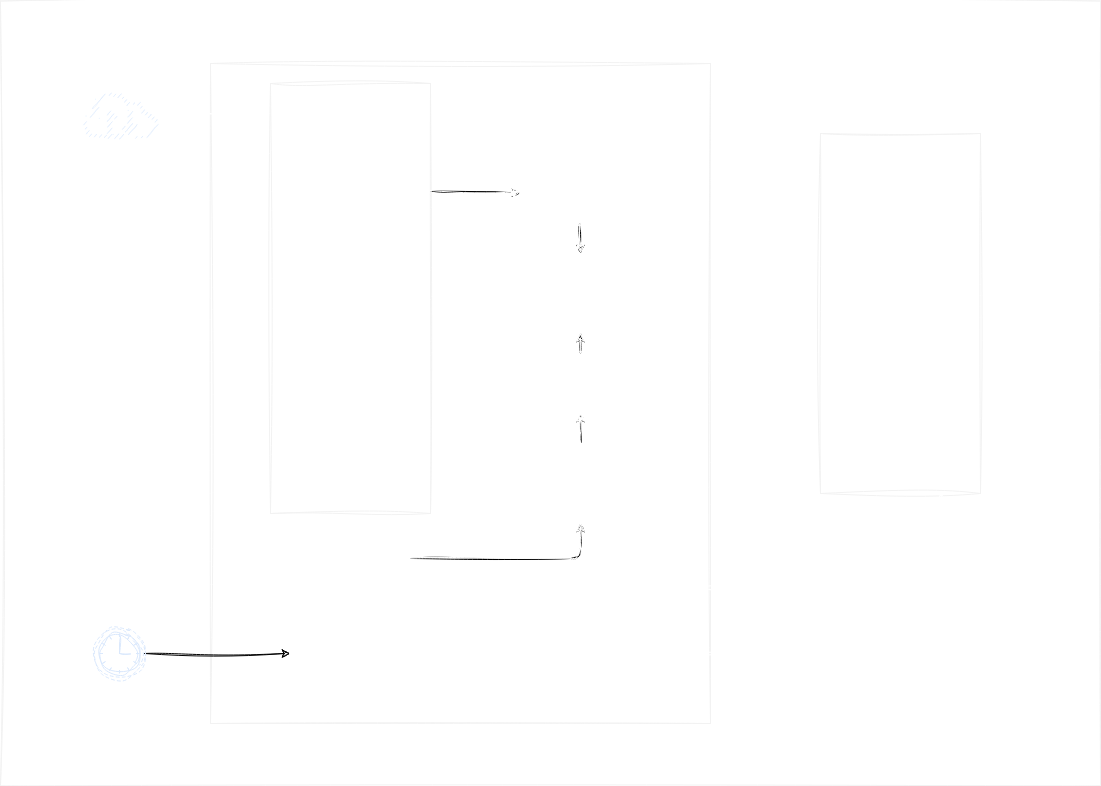
Earlier version of the draw.io export alphavantage-server/doc/images/arch.drawio.png (futugyou/goproject). Source tidied: cells renumbered, new cells last; positions are measured from the earlier drawing's top-left corner, leaving out a move shared by most shapes.
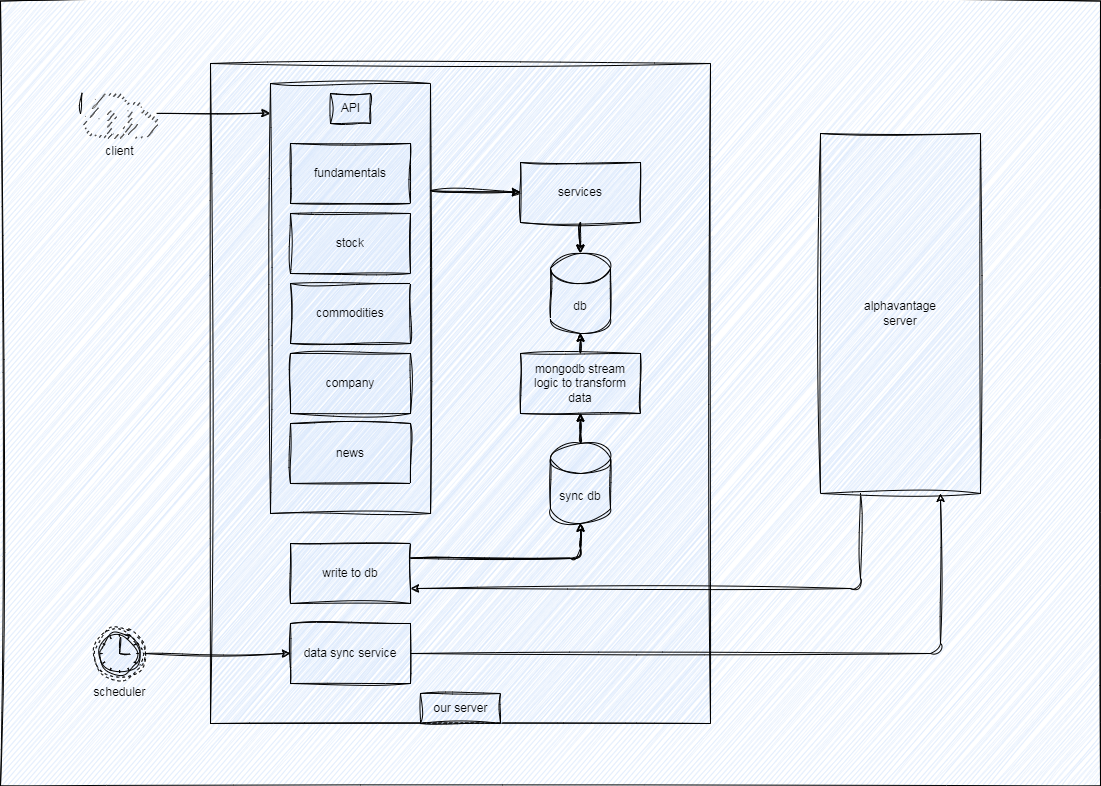
The same file after the commit.

Commit message:
Updated alphavantage server readme

Diff of the diagram source:
```diff
@@ -4,84 +4,84 @@
     <mxCell id="1" parent="0" />
-    <mxCell id="2" style="whiteSpace=wrap;html=1;strokeColor=#f2f2f2;fillColor=none;fontColor=#FFFFFF;sketch=1;curveFitting=1;jiggle=2;" parent="1" vertex="1">
+    <mxCell id="2" style="whiteSpace=wrap;html=1;fillColor=#dae8fc;strokeColor=#000000;sketch=1;curveFitting=1;jiggle=2;" parent="1" vertex="1">
       <mxGeometry y="-0.5" width="1100" height="785" as="geometry" />
     </mxCell>
-    <mxCell id="3" style="whiteSpace=wrap;html=1;strokeColor=#f2f2f2;fillColor=none;fontColor=#FFFFFF;sketch=1;curveFitting=1;jiggle=2;" parent="1" vertex="1">
+    <mxCell id="3" style="whiteSpace=wrap;html=1;fillColor=#dae8fc;strokeColor=#000000;sketch=1;curveFitting=1;jiggle=2;" parent="1" vertex="1">
       <mxGeometry x="210" y="62" width="500" height="660" as="geometry" />
     </mxCell>
-    <mxCell id="4" style="edgeStyle=none;sketch=1;hachureGap=4;jiggle=2;curveFitting=1;html=1;exitX=1;exitY=0.5;exitDx=0;exitDy=0;exitPerimeter=0;entryX=0;entryY=0.5;entryDx=0;entryDy=0;fontFamily=Architects Daughter;fontSource=https%3A%2F%2Ffonts.googleapis.com%2Fcss%3Ffamily%3DArchitects%2BDaughter;fontSize=16;" parent="1" edge="1" source="5" target="20">
+    <mxCell id="4" style="edgeStyle=none;hachureGap=4;html=1;exitX=1;exitY=0.5;exitDx=0;exitDy=0;exitPerimeter=0;entryX=0;entryY=0.5;entryDx=0;entryDy=0;fontFamily=Architects Daughter;fontSource=https%3A%2F%2Ffonts.googleapis.com%2Fcss%3Ffamily%3DArchitects%2BDaughter;fontSize=16;fontColor=#000000;fillColor=#dae8fc;strokeColor=#000000;sketch=1;curveFitting=1;jiggle=2;" parent="1" edge="1" source="5" target="20">
       <mxGeometry relative="1" as="geometry" />
     </mxCell>
-    <mxCell id="5" value="scheduler" style="points=[[0.145,0.145,0],[0.5,0,0],[0.855,0.145,0],[1,0.5,0],[0.855,0.855,0],[0.5,1,0],[0.145,0.855,0],[0,0.5,0]];shape=mxgraph.bpmn.event;html=1;verticalLabelPosition=bottom;labelBackgroundColor=none;verticalAlign=top;align=center;perimeter=ellipsePerimeter;outlineConnect=0;outline=eventNonint;symbol=timer;fillColor=none;strokeColor=#DAE8FC;fontColor=#FFFFFF;sketch=1;curveFitting=1;jiggle=2;" parent="1" vertex="1">
+    <mxCell id="5" value="scheduler" style="points=[[0.145,0.145,0],[0.5,0,0],[0.855,0.145,0],[1,0.5,0],[0.855,0.855,0],[0.5,1,0],[0.145,0.855,0],[0,0.5,0]];shape=mxgraph.bpmn.event;html=1;verticalLabelPosition=bottom;labelBackgroundColor=none;verticalAlign=top;align=center;perimeter=ellipsePerimeter;outlineConnect=0;outline=eventNonint;symbol=timer;fillColor=#dae8fc;strokeColor=#000000;sketch=1;curveFitting=1;jiggle=2;" parent="1" vertex="1">
       <mxGeometry x="94" y="627" width="50" height="50" as="geometry" />
     </mxCell>
-    <mxCell id="6" style="edgeStyle=none;sketch=1;hachureGap=4;jiggle=2;curveFitting=1;html=1;exitX=1;exitY=0.25;exitDx=0;exitDy=0;entryX=0;entryY=0.5;entryDx=0;entryDy=0;fontFamily=Architects Daughter;fontSource=https%3A%2F%2Ffonts.googleapis.com%2Fcss%3Ffamily%3DArchitects%2BDaughter;fontSize=16;" parent="1" edge="1" source="7" target="22">
+    <mxCell id="6" style="edgeStyle=none;hachureGap=4;html=1;exitX=1;exitY=0.25;exitDx=0;exitDy=0;entryX=0;entryY=0.5;entryDx=0;entryDy=0;fontFamily=Architects Daughter;fontSource=https%3A%2F%2Ffonts.googleapis.com%2Fcss%3Ffamily%3DArchitects%2BDaughter;fontSize=16;fontColor=#000000;fillColor=#dae8fc;strokeColor=#000000;sketch=1;curveFitting=1;jiggle=2;" parent="1" edge="1" source="7" target="22">
       <mxGeometry relative="1" as="geometry" />
     </mxCell>
-    <mxCell id="7" style="whiteSpace=wrap;html=1;strokeColor=#f2f2f2;fillColor=none;fontColor=#FFFFFF;sketch=1;curveFitting=1;jiggle=2;" parent="1" vertex="1">
+    <mxCell id="7" style="whiteSpace=wrap;html=1;fillColor=#dae8fc;strokeColor=#000000;sketch=1;curveFitting=1;jiggle=2;" parent="1" vertex="1">
       <mxGeometry x="270" y="82" width="160" height="430" as="geometry" />
     </mxCell>
-    <mxCell id="8" style="edgeStyle=orthogonalEdgeStyle;sketch=1;hachureGap=4;jiggle=2;curveFitting=1;html=1;entryX=1;entryY=0.75;entryDx=0;entryDy=0;fontFamily=Architects Daughter;fontSource=https%3A%2F%2Ffonts.googleapis.com%2Fcss%3Ffamily%3DArchitects%2BDaughter;fontSize=16;exitX=0.25;exitY=1;exitDx=0;exitDy=0;strokeColor=#FFFFFF;" parent="1" edge="1" source="9" target="24">
+    <mxCell id="8" style="edgeStyle=orthogonalEdgeStyle;hachureGap=4;html=1;entryX=1;entryY=0.75;entryDx=0;entryDy=0;fontFamily=Architects Daughter;fontSource=https%3A%2F%2Ffonts.googleapis.com%2Fcss%3Ffamily%3DArchitects%2BDaughter;fontSize=16;exitX=0.25;exitY=1;exitDx=0;exitDy=0;fontColor=#000000;fillColor=#dae8fc;strokeColor=#000000;sketch=1;curveFitting=1;jiggle=2;" parent="1" edge="1" source="9" target="24">
       <mxGeometry relative="1" as="geometry" />
     </mxCell>
-    <mxCell id="9" value="alphavantage&lt;br&gt;server" style="whiteSpace=wrap;html=1;strokeColor=#f2f2f2;fillColor=none;fontColor=#FFFFFF;sketch=1;curveFitting=1;jiggle=2;" parent="1" vertex="1">
+    <mxCell id="9" value="alphavantage&lt;br&gt;server" style="whiteSpace=wrap;html=1;fillColor=#dae8fc;strokeColor=#000000;sketch=1;curveFitting=1;jiggle=2;" parent="1" vertex="1">
       <mxGeometry x="820" y="132" width="160" height="360" as="geometry" />
     </mxCell>
-    <mxCell id="10" value="our server" style="text;html=1;align=center;verticalAlign=middle;strokeColor=none;fillColor=none;fontColor=#FFFFFF;labelBackgroundColor=none;sketch=1;curveFitting=1;jiggle=2;" parent="1" vertex="1">
+    <mxCell id="10" value="our server" style="text;html=1;align=center;verticalAlign=middle;labelBackgroundColor=none;fillColor=#dae8fc;strokeColor=#000000;sketch=1;curveFitting=1;jiggle=2;" parent="1" vertex="1">
       <mxGeometry x="420" y="692" width="80" height="30" as="geometry" />
     </mxCell>
-    <mxCell id="11" value="db" style="shape=cylinder3;whiteSpace=wrap;html=1;boundedLbl=1;backgroundOutline=1;size=15;labelBackgroundColor=none;strokeColor=#FFFFFF;fontColor=#FFFFFF;fillColor=none;sketch=1;curveFitting=1;jiggle=2;" parent="1" vertex="1">
+    <mxCell id="11" value="db" style="shape=cylinder3;whiteSpace=wrap;html=1;boundedLbl=1;backgroundOutline=1;size=15;labelBackgroundColor=none;fillColor=#dae8fc;strokeColor=#000000;sketch=1;curveFitting=1;jiggle=2;" parent="1" vertex="1">
       <mxGeometry x="550" y="252" width="60" height="80" as="geometry" />
     </mxCell>
-    <mxCell id="12" value="commodities" style="whiteSpace=wrap;html=1;fillColor=none;fontColor=#FFFFFF;strokeColor=#FFFFFF;sketch=1;curveFitting=1;jiggle=2;" parent="1" vertex="1">
+    <mxCell id="12" value="commodities" style="whiteSpace=wrap;html=1;fillColor=#dae8fc;strokeColor=#000000;sketch=1;curveFitting=1;jiggle=2;" parent="1" vertex="1">
       <mxGeometry x="290" y="282" width="120" height="60" as="geometry" />
     </mxCell>
-    <mxCell id="13" value="news" style="whiteSpace=wrap;html=1;fillColor=none;fontColor=#FFFFFF;strokeColor=#FFFFFF;sketch=1;curveFitting=1;jiggle=2;" parent="1" vertex="1">
+    <mxCell id="13" value="news" style="whiteSpace=wrap;html=1;fillColor=#dae8fc;strokeColor=#000000;sketch=1;curveFitting=1;jiggle=2;" parent="1" vertex="1">
       <mxGeometry x="290" y="422" width="120" height="60" as="geometry" />
     </mxCell>
-    <mxCell id="14" value="fundamentals" style="whiteSpace=wrap;html=1;fillColor=none;fontColor=#FFFFFF;strokeColor=#FFFFFF;sketch=1;curveFitting=1;jiggle=2;" parent="1" vertex="1">
+    <mxCell id="14" value="fundamentals" style="whiteSpace=wrap;html=1;fillColor=#dae8fc;strokeColor=#000000;sketch=1;curveFitting=1;jiggle=2;" parent="1" vertex="1">
       <mxGeometry x="290" y="142" width="120" height="60" as="geometry" />
     </mxCell>
-    <mxCell id="15" value="company" style="whiteSpace=wrap;html=1;fillColor=none;fontColor=#FFFFFF;strokeColor=#FFFFFF;sketch=1;curveFitting=1;jiggle=2;" parent="1" vertex="1">
+    <mxCell id="15" value="company" style="whiteSpace=wrap;html=1;fillColor=#dae8fc;strokeColor=#000000;sketch=1;curveFitting=1;jiggle=2;" parent="1" vertex="1">
       <mxGeometry x="290" y="352" width="120" height="60" as="geometry" />
     </mxCell>
-    <mxCell id="16" value="stock" style="whiteSpace=wrap;html=1;fillColor=none;fontColor=#FFFFFF;strokeColor=#FFFFFF;sketch=1;curveFitting=1;jiggle=2;" parent="1" vertex="1">
+    <mxCell id="16" value="stock" style="whiteSpace=wrap;html=1;fillColor=#dae8fc;strokeColor=#000000;sketch=1;curveFitting=1;jiggle=2;" parent="1" vertex="1">
       <mxGeometry x="290" y="212" width="120" height="60" as="geometry" />
     </mxCell>
-    <mxCell id="17" value="API" style="text;html=1;align=center;verticalAlign=middle;strokeColor=none;fillColor=none;fontColor=#FFFFFF;labelBackgroundColor=none;sketch=1;curveFitting=1;jiggle=2;" parent="1" vertex="1">
+    <mxCell id="17" value="API" style="text;html=1;align=center;verticalAlign=middle;labelBackgroundColor=none;fillColor=#dae8fc;strokeColor=#000000;sketch=1;curveFitting=1;jiggle=2;" parent="1" vertex="1">
       <mxGeometry x="330" y="92" width="40" height="30" as="geometry" />
     </mxCell>
-    <mxCell id="18" style="endArrow=classic;html=1;fontColor=#FFFFFF;entryX=-0.004;entryY=0.069;entryDx=0;entryDy=0;entryPerimeter=0;strokeColor=#FFFFFF;sketch=1;curveFitting=1;jiggle=2;startArrow=none;" parent="1" edge="1" source="30" target="7">
+    <mxCell id="18" style="endArrow=classic;html=1;fontColor=#000000;entryX=-0.004;entryY=0.069;entryDx=0;entryDy=0;entryPerimeter=0;startArrow=none;fillColor=#dae8fc;strokeColor=#000000;sketch=1;curveFitting=1;jiggle=2;" parent="1" edge="1" source="30" target="7">
       <mxGeometry relative="1" as="geometry" />
     </mxCell>
-    <mxCell id="19" style="edgeStyle=orthogonalEdgeStyle;sketch=1;hachureGap=4;jiggle=2;curveFitting=1;html=1;exitX=1;exitY=0.5;exitDx=0;exitDy=0;entryX=0.75;entryY=1;entryDx=0;entryDy=0;fontFamily=Architects Daughter;fontSource=https%3A%2F%2Ffonts.googleapis.com%2Fcss%3Ffamily%3DArchitects%2BDaughter;fontSize=16;strokeColor=#FFFFFF;" parent="1" edge="1" source="20" target="9">
+    <mxCell id="19" style="edgeStyle=orthogonalEdgeStyle;hachureGap=4;html=1;exitX=1;exitY=0.5;exitDx=0;exitDy=0;entryX=0.75;entryY=1;entryDx=0;entryDy=0;fontFamily=Architects Daughter;fontSource=https%3A%2F%2Ffonts.googleapis.com%2Fcss%3Ffamily%3DArchitects%2BDaughter;fontSize=16;fontColor=#000000;fillColor=#dae8fc;strokeColor=#000000;sketch=1;curveFitting=1;jiggle=2;" parent="1" edge="1" source="20" target="9">
       <mxGeometry relative="1" as="geometry" />
     </mxCell>
-    <mxCell id="20" value="data sync service" style="whiteSpace=wrap;html=1;fillColor=none;fontColor=#FFFFFF;strokeColor=#FFFFFF;sketch=1;curveFitting=1;jiggle=2;" parent="1" vertex="1">
+    <mxCell id="20" value="data sync service" style="whiteSpace=wrap;html=1;fillColor=#dae8fc;strokeColor=#000000;sketch=1;curveFitting=1;jiggle=2;" parent="1" vertex="1">
       <mxGeometry x="290" y="622" width="120" height="60" as="geometry" />
     </mxCell>
-    <mxCell id="21" style="edgeStyle=none;sketch=1;hachureGap=4;jiggle=2;curveFitting=1;html=1;exitX=0.5;exitY=1;exitDx=0;exitDy=0;entryX=0.5;entryY=0;entryDx=0;entryDy=0;entryPerimeter=0;fontFamily=Architects Daughter;fontSource=https%3A%2F%2Ffonts.googleapis.com%2Fcss%3Ffamily%3DArchitects%2BDaughter;fontSize=16;" parent="1" edge="1" source="22" target="11">
+    <mxCell id="21" style="edgeStyle=none;hachureGap=4;html=1;exitX=0.5;exitY=1;exitDx=0;exitDy=0;entryX=0.5;entryY=0;entryDx=0;entryDy=0;entryPerimeter=0;fontFamily=Architects Daughter;fontSource=https%3A%2F%2Ffonts.googleapis.com%2Fcss%3Ffamily%3DArchitects%2BDaughter;fontSize=16;fontColor=#000000;fillColor=#dae8fc;strokeColor=#000000;sketch=1;curveFitting=1;jiggle=2;" parent="1" edge="1" source="22" target="11">
       <mxGeometry relative="1" as="geometry" />
     </mxCell>
-    <mxCell id="22" value="services" style="whiteSpace=wrap;html=1;fillColor=none;fontColor=#FFFFFF;strokeColor=#FFFFFF;sketch=1;curveFitting=1;jiggle=2;" parent="1" vertex="1">
+    <mxCell id="22" value="services" style="whiteSpace=wrap;html=1;fillColor=#dae8fc;strokeColor=#000000;sketch=1;curveFitting=1;jiggle=2;" parent="1" vertex="1">
       <mxGeometry x="520" y="161" width="120" height="60" as="geometry" />
     </mxCell>
-    <mxCell id="23" style="edgeStyle=orthogonalEdgeStyle;sketch=1;hachureGap=4;jiggle=2;curveFitting=1;html=1;exitX=1;exitY=0.25;exitDx=0;exitDy=0;entryX=0.5;entryY=1;entryDx=0;entryDy=0;entryPerimeter=0;fontFamily=Architects Daughter;fontSource=https%3A%2F%2Ffonts.googleapis.com%2Fcss%3Ffamily%3DArchitects%2BDaughter;fontSize=16;" parent="1" edge="1" source="24" target="26">
+    <mxCell id="23" style="edgeStyle=orthogonalEdgeStyle;hachureGap=4;html=1;exitX=1;exitY=0.25;exitDx=0;exitDy=0;entryX=0.5;entryY=1;entryDx=0;entryDy=0;entryPerimeter=0;fontFamily=Architects Daughter;fontSource=https%3A%2F%2Ffonts.googleapis.com%2Fcss%3Ffamily%3DArchitects%2BDaughter;fontSize=16;fontColor=#000000;fillColor=#dae8fc;strokeColor=#000000;sketch=1;curveFitting=1;jiggle=2;" parent="1" edge="1" source="24" target="26">
       <mxGeometry relative="1" as="geometry" />
     </mxCell>
-    <mxCell id="24" value="write to db" style="whiteSpace=wrap;html=1;fillColor=none;fontColor=#FFFFFF;strokeColor=#FFFFFF;sketch=1;curveFitting=1;jiggle=2;" parent="1" vertex="1">
+    <mxCell id="24" value="write to db" style="whiteSpace=wrap;html=1;fillColor=#dae8fc;strokeColor=#000000;sketch=1;curveFitting=1;jiggle=2;" parent="1" vertex="1">
       <mxGeometry x="290" y="542" width="120" height="60" as="geometry" />
     </mxCell>
-    <mxCell id="25" style="edgeStyle=orthogonalEdgeStyle;sketch=1;hachureGap=4;jiggle=2;curveFitting=1;html=1;exitX=0.5;exitY=0;exitDx=0;exitDy=0;exitPerimeter=0;entryX=0.5;entryY=1;entryDx=0;entryDy=0;fontFamily=Architects Daughter;fontSource=https%3A%2F%2Ffonts.googleapis.com%2Fcss%3Ffamily%3DArchitects%2BDaughter;fontSize=16;" parent="1" edge="1" source="26" target="28">
+    <mxCell id="25" style="edgeStyle=orthogonalEdgeStyle;hachureGap=4;html=1;exitX=0.5;exitY=0;exitDx=0;exitDy=0;exitPerimeter=0;entryX=0.5;entryY=1;entryDx=0;entryDy=0;fontFamily=Architects Daughter;fontSource=https%3A%2F%2Ffonts.googleapis.com%2Fcss%3Ffamily%3DArchitects%2BDaughter;fontSize=16;fontColor=#000000;fillColor=#dae8fc;strokeColor=#000000;sketch=1;curveFitting=1;jiggle=2;" parent="1" edge="1" source="26" target="28">
       <mxGeometry relative="1" as="geometry" />
     </mxCell>
-    <mxCell id="26" value="sync db" style="shape=cylinder3;whiteSpace=wrap;html=1;boundedLbl=1;backgroundOutline=1;size=15;labelBackgroundColor=none;strokeColor=#FFFFFF;fontColor=#FFFFFF;fillColor=none;sketch=1;curveFitting=1;jiggle=2;" parent="1" vertex="1">
+    <mxCell id="26" value="sync db" style="shape=cylinder3;whiteSpace=wrap;html=1;boundedLbl=1;backgroundOutline=1;size=15;labelBackgroundColor=none;fillColor=#dae8fc;strokeColor=#000000;sketch=1;curveFitting=1;jiggle=2;" parent="1" vertex="1">
       <mxGeometry x="550" y="442" width="60" height="80" as="geometry" />
     </mxCell>
-    <mxCell id="27" style="edgeStyle=orthogonalEdgeStyle;sketch=1;hachureGap=4;jiggle=2;curveFitting=1;html=1;exitX=0.5;exitY=0;exitDx=0;exitDy=0;entryX=0.5;entryY=1;entryDx=0;entryDy=0;entryPerimeter=0;fontFamily=Architects Daughter;fontSource=https%3A%2F%2Ffonts.googleapis.com%2Fcss%3Ffamily%3DArchitects%2BDaughter;fontSize=16;" parent="1" edge="1" source="28" target="11">
+    <mxCell id="27" style="edgeStyle=orthogonalEdgeStyle;hachureGap=4;html=1;exitX=0.5;exitY=0;exitDx=0;exitDy=0;entryX=0.5;entryY=1;entryDx=0;entryDy=0;entryPerimeter=0;fontFamily=Architects Daughter;fontSource=https%3A%2F%2Ffonts.googleapis.com%2Fcss%3Ffamily%3DArchitects%2BDaughter;fontSize=16;fontColor=#000000;fillColor=#dae8fc;strokeColor=#000000;sketch=1;curveFitting=1;jiggle=2;" parent="1" edge="1" source="28" target="11">
       <mxGeometry relative="1" as="geometry" />
     </mxCell>
-    <mxCell id="28" value="mongodb stream logic to transform data" style="whiteSpace=wrap;html=1;fillColor=none;fontColor=#FFFFFF;strokeColor=#FFFFFF;sketch=1;curveFitting=1;jiggle=2;" parent="1" vertex="1">
+    <mxCell id="28" value="mongodb stream logic to transform data" style="whiteSpace=wrap;html=1;fillColor=#dae8fc;strokeColor=#000000;sketch=1;curveFitting=1;jiggle=2;" parent="1" vertex="1">
       <mxGeometry x="520" y="352" width="120" height="60" as="geometry" />
     </mxCell>
-    <mxCell id="29" style="endArrow=none;html=1;fontColor=#FFFFFF;entryX=-0.004;entryY=0.069;entryDx=0;entryDy=0;entryPerimeter=0;strokeColor=#FFFFFF;sketch=1;curveFitting=1;jiggle=2;" parent="1" edge="1" target="30">
+    <mxCell id="29" style="endArrow=none;html=1;fontColor=#000000;entryX=-0.004;entryY=0.069;entryDx=0;entryDy=0;entryPerimeter=0;fillColor=#dae8fc;strokeColor=#000000;sketch=1;curveFitting=1;jiggle=2;" parent="1" edge="1" target="30">
       <mxGeometry relative="1" as="geometry">
@@ -90,6 +90,6 @@
     </mxCell>
-    <mxCell id="30" value="client" style="sketch=1;outlineConnect=0;fillColor=#DAE8FC;strokeColor=#6c8ebf;dashed=0;verticalLabelPosition=bottom;verticalAlign=top;align=center;html=1;fontSize=12;fontStyle=0;shape=mxgraph.aws4.internet;fontColor=#FFFFFF;curveFitting=1;jiggle=2;" parent="1" vertex="1">
+    <mxCell id="30" value="client" style="outlineConnect=0;dashed=0;verticalLabelPosition=bottom;verticalAlign=top;align=center;html=1;fontSize=12;fontStyle=0;shape=mxgraph.aws4.internet;fillColor=#000000;strokeColor=#000000;sketch=1;curveFitting=1;jiggle=2;" parent="1" vertex="1">
       <mxGeometry x="80" y="88" width="78" height="48" as="geometry" />
     </mxCell>
-    <mxCell id="31" style="edgeStyle=none;sketch=1;hachureGap=4;jiggle=2;curveFitting=1;html=1;exitX=1;exitY=0.25;exitDx=0;exitDy=0;entryX=0;entryY=0.5;entryDx=0;entryDy=0;fontFamily=Architects Daughter;fontSource=https%3A%2F%2Ffonts.googleapis.com%2Fcss%3Ffamily%3DArchitects%2BDaughter;fontSize=16;strokeColor=#FFFFFF;" parent="1" edge="1">
+    <mxCell id="31" style="edgeStyle=none;hachureGap=4;html=1;exitX=1;exitY=0.25;exitDx=0;exitDy=0;entryX=0;entryY=0.5;entryDx=0;entryDy=0;fontFamily=Architects Daughter;fontSource=https%3A%2F%2Ffonts.googleapis.com%2Fcss%3Ffamily%3DArchitects%2BDaughter;fontSize=16;fontColor=#000000;fillColor=#dae8fc;strokeColor=#000000;sketch=1;curveFitting=1;jiggle=2;" parent="1" edge="1">
       <mxGeometry relative="1" as="geometry">
@@ -99,3 +99,3 @@
     </mxCell>
-    <mxCell id="32" style="edgeStyle=none;sketch=1;hachureGap=4;jiggle=2;curveFitting=1;html=1;exitX=0.5;exitY=1;exitDx=0;exitDy=0;entryX=0.5;entryY=0;entryDx=0;entryDy=0;entryPerimeter=0;fontFamily=Architects Daughter;fontSource=https%3A%2F%2Ffonts.googleapis.com%2Fcss%3Ffamily%3DArchitects%2BDaughter;fontSize=16;strokeColor=#FFFFFF;" parent="1" edge="1">
+    <mxCell id="32" style="edgeStyle=none;hachureGap=4;html=1;exitX=0.5;exitY=1;exitDx=0;exitDy=0;entryX=0.5;entryY=0;entryDx=0;entryDy=0;entryPerimeter=0;fontFamily=Architects Daughter;fontSource=https%3A%2F%2Ffonts.googleapis.com%2Fcss%3Ffamily%3DArchitects%2BDaughter;fontSize=16;fontColor=#000000;fillColor=#dae8fc;strokeColor=#000000;sketch=1;curveFitting=1;jiggle=2;" parent="1" edge="1">
       <mxGeometry relative="1" as="geometry">
@@ -105,3 +105,3 @@
     </mxCell>
-    <mxCell id="33" style="edgeStyle=orthogonalEdgeStyle;sketch=1;hachureGap=4;jiggle=2;curveFitting=1;html=1;exitX=0.5;exitY=0;exitDx=0;exitDy=0;entryX=0.5;entryY=1;entryDx=0;entryDy=0;entryPerimeter=0;fontFamily=Architects Daughter;fontSource=https%3A%2F%2Ffonts.googleapis.com%2Fcss%3Ffamily%3DArchitects%2BDaughter;fontSize=16;strokeColor=#FFFFFF;" parent="1" edge="1">
+    <mxCell id="33" style="edgeStyle=orthogonalEdgeStyle;hachureGap=4;html=1;exitX=0.5;exitY=0;exitDx=0;exitDy=0;entryX=0.5;entryY=1;entryDx=0;entryDy=0;entryPerimeter=0;fontFamily=Architects Daughter;fontSource=https%3A%2F%2Ffonts.googleapis.com%2Fcss%3Ffamily%3DArchitects%2BDaughter;fontSize=16;fontColor=#000000;fillColor=#dae8fc;strokeColor=#000000;sketch=1;curveFitting=1;jiggle=2;" parent="1" edge="1">
       <mxGeometry relative="1" as="geometry">
@@ -111,3 +111,3 @@
     </mxCell>
-    <mxCell id="34" style="edgeStyle=orthogonalEdgeStyle;sketch=1;hachureGap=4;jiggle=2;curveFitting=1;html=1;exitX=0.5;exitY=0;exitDx=0;exitDy=0;exitPerimeter=0;entryX=0.5;entryY=1;entryDx=0;entryDy=0;fontFamily=Architects Daughter;fontSource=https%3A%2F%2Ffonts.googleapis.com%2Fcss%3Ffamily%3DArchitects%2BDaughter;fontSize=16;strokeColor=#FFFFFF;" parent="1" edge="1">
+    <mxCell id="34" style="edgeStyle=orthogonalEdgeStyle;hachureGap=4;html=1;exitX=0.5;exitY=0;exitDx=0;exitDy=0;exitPerimeter=0;entryX=0.5;entryY=1;entryDx=0;entryDy=0;fontFamily=Architects Daughter;fontSource=https%3A%2F%2Ffonts.googleapis.com%2Fcss%3Ffamily%3DArchitects%2BDaughter;fontSize=16;fontColor=#000000;fillColor=#dae8fc;strokeColor=#000000;sketch=1;curveFitting=1;jiggle=2;" parent="1" edge="1">
       <mxGeometry relative="1" as="geometry">
@@ -117,3 +117,3 @@
     </mxCell>
-    <mxCell id="35" style="edgeStyle=orthogonalEdgeStyle;sketch=1;hachureGap=4;jiggle=2;curveFitting=1;html=1;exitX=1;exitY=0.25;exitDx=0;exitDy=0;entryX=0.5;entryY=1;entryDx=0;entryDy=0;entryPerimeter=0;fontFamily=Architects Daughter;fontSource=https%3A%2F%2Ffonts.googleapis.com%2Fcss%3Ffamily%3DArchitects%2BDaughter;fontSize=16;strokeColor=#FFFFFF;" parent="1" edge="1">
+    <mxCell id="35" style="edgeStyle=orthogonalEdgeStyle;hachureGap=4;html=1;exitX=1;exitY=0.25;exitDx=0;exitDy=0;entryX=0.5;entryY=1;entryDx=0;entryDy=0;entryPerimeter=0;fontFamily=Architects Daughter;fontSource=https%3A%2F%2Ffonts.googleapis.com%2Fcss%3Ffamily%3DArchitects%2BDaughter;fontSize=16;fontColor=#000000;fillColor=#dae8fc;strokeColor=#000000;sketch=1;curveFitting=1;jiggle=2;" parent="1" edge="1">
       <mxGeometry relative="1" as="geometry">
```
